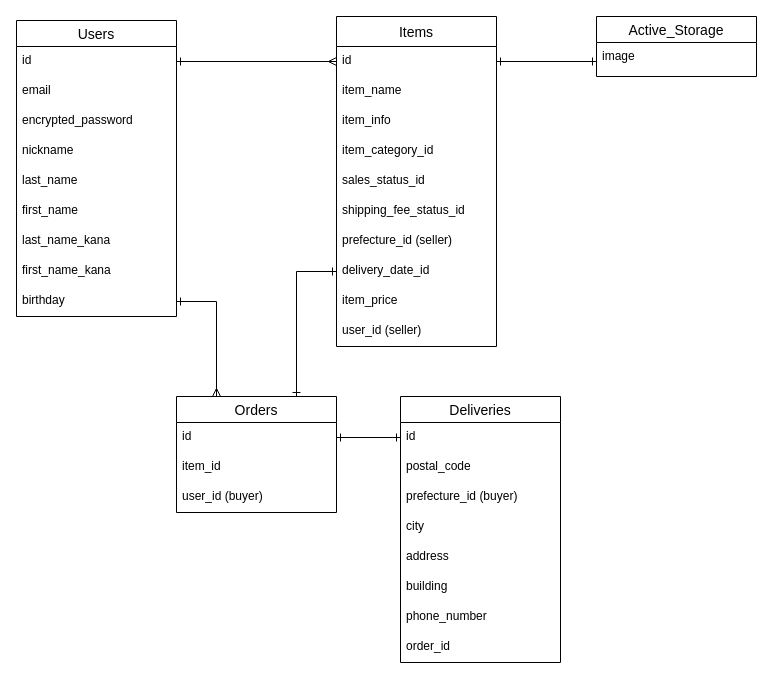
katsu-skillup/furima-35898 keeps this draw.io diagram as frima.dio. Above is the earlier version. Source tidied: cells renumbered, new cells numbered last; positions are measured from the earlier drawing's top-left corner, leaving out a move shared by most shapes. Both pictures are drawn from the tidied source at 100%, with x=0, y=0 at pixel (16, 16).
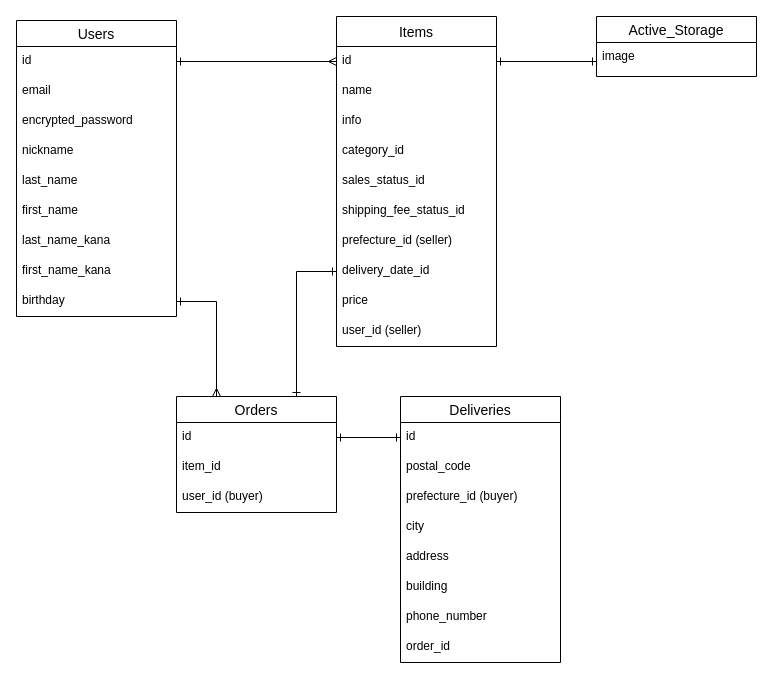
Above is the later version.

Commit message (it also covers changes not shown here):
itemsテーブルのカラム名変更

Unchanged cells that the change refers to:
```xml
<mxCell id="12" value="Items" style="swimlane;fontStyle=0;horizontal=1;startSize=30;align=center;fontSize=14;" parent="1" vertex="1">
  <mxGeometry x="320" width="160" height="330" as="geometry" />
</mxCell>
```

Diff of the diagram source:
```diff
@@
-    <mxCell id="14" value="item_name" style="text;strokeColor=none;fillColor=none;spacingLeft=4;spacingRight=4;overflow=hidden;fontSize=12;" parent="12" vertex="1">
+    <mxCell id="14" value="name" style="text;strokeColor=none;fillColor=none;spacingLeft=4;spacingRight=4;overflow=hidden;fontSize=12;" parent="12" vertex="1">
       <mxGeometry y="60" width="160" height="30" as="geometry" />
     </mxCell>
-    <mxCell id="15" value="item_info" style="text;strokeColor=none;fillColor=none;spacingLeft=4;spacingRight=4;overflow=hidden;fontSize=12;" parent="12" vertex="1">
+    <mxCell id="15" value="info" style="text;strokeColor=none;fillColor=none;spacingLeft=4;spacingRight=4;overflow=hidden;fontSize=12;" parent="12" vertex="1">
       <mxGeometry y="90" width="160" height="30" as="geometry" />
     </mxCell>
-    <mxCell id="16" value="item_category_id" style="text;strokeColor=none;fillColor=none;spacingLeft=4;spacingRight=4;overflow=hidden;fontSize=12;" parent="12" vertex="1">
+    <mxCell id="16" value="category_id" style="text;strokeColor=none;fillColor=none;spacingLeft=4;spacingRight=4;overflow=hidden;fontSize=12;" parent="12" vertex="1">
       <mxGeometry y="120" width="160" height="30" as="geometry" />
     </mxCell>
@@
-    <mxCell id="21" value="item_price" style="text;strokeColor=none;fillColor=none;spacingLeft=4;spacingRight=4;overflow=hidden;fontSize=12;" parent="12" vertex="1">
+    <mxCell id="21" value="price" style="text;strokeColor=none;fillColor=none;spacingLeft=4;spacingRight=4;overflow=hidden;fontSize=12;" parent="12" vertex="1">
       <mxGeometry y="270" width="160" height="30" as="geometry" />
     </mxCell>
```
